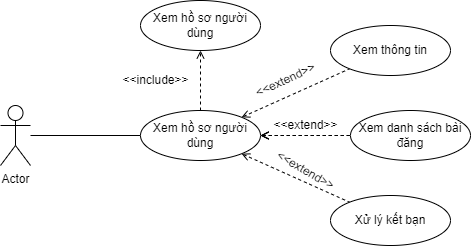
kienndhn/draw-io keeps this draw.io diagram as usecase diagram/diễn đàn-Xem hồ sơ người dùng.drawio.png. Above is the earlier version. Source tidied: cells renumbered, new cells last; positions are measured from the earlier drawing's top-left corner, leaving out a move shared by most shapes. Its diagram source:
```xml
<mxGraphModel>
  <root>
    <mxCell id="0" />
    <mxCell id="1" parent="0" />
    <mxCell id="2" style="edgeStyle=none;rounded=0;jettySize=auto;html=1;entryX=0;entryY=0.5;entryDx=0;entryDy=0;startArrow=none;startFill=0;endArrow=none;endFill=0;" parent="1" edge="1" source="3" target="10">
      <mxGeometry relative="1" as="geometry" />
    </mxCell>
    <mxCell id="3" value="Actor" style="shape=umlActor;verticalLabelPosition=bottom;verticalAlign=top;html=1;outlineConnect=0;" parent="1" vertex="1">
      <mxGeometry y="105" width="30" height="60" as="geometry" />
    </mxCell>
    <mxCell id="4" style="edgeStyle=none;rounded=0;jettySize=auto;html=1;dashed=1;startArrow=open;startFill=0;endArrow=none;endFill=0;" parent="1" edge="1" source="10" target="11">
      <mxGeometry relative="1" as="geometry" />
    </mxCell>
    <mxCell id="5" style="edgeStyle=none;rounded=0;jettySize=auto;html=1;dashed=1;startArrow=open;startFill=0;endArrow=none;endFill=0;" parent="1" edge="1" source="10" target="12">
      <mxGeometry relative="1" as="geometry" />
    </mxCell>
    <mxCell id="6" style="edgeStyle=none;rounded=0;jettySize=auto;html=1;dashed=1;startArrow=open;startFill=0;endArrow=none;endFill=0;" parent="1" edge="1" source="10" target="12">
      <mxGeometry relative="1" as="geometry" />
    </mxCell>
    <mxCell id="7" style="edgeStyle=none;rounded=0;jettySize=auto;html=1;dashed=1;startArrow=open;startFill=0;endArrow=none;endFill=0;" parent="1" edge="1" source="10" target="12">
      <mxGeometry relative="1" as="geometry" />
    </mxCell>
    <mxCell id="8" style="edgeStyle=none;rounded=0;jettySize=auto;html=1;dashed=1;startArrow=open;startFill=0;endArrow=none;endFill=0;" parent="1" edge="1" source="10" target="13">
      <mxGeometry relative="1" as="geometry" />
    </mxCell>
    <mxCell id="9" style="edgeStyle=none;rounded=0;jettySize=auto;html=1;dashed=1;startArrow=none;startFill=0;endArrow=open;endFill=0;" parent="1" edge="1" source="10" target="14">
      <mxGeometry relative="1" as="geometry" />
    </mxCell>
    <mxCell id="10" value="Xem hồ sơ người dùng" style="ellipse;whiteSpace=wrap;html=1;" parent="1" vertex="1">
      <mxGeometry x="140" y="110" width="120" height="50" as="geometry" />
    </mxCell>
    <mxCell id="11" value="Xem thông tin" style="ellipse;whiteSpace=wrap;html=1;" parent="1" vertex="1">
      <mxGeometry x="330" y="25" width="120" height="50" as="geometry" />
    </mxCell>
    <mxCell id="12" value="Xem danh sách bài đăng" style="ellipse;whiteSpace=wrap;html=1;" parent="1" vertex="1">
      <mxGeometry x="350" y="110" width="120" height="50" as="geometry" />
    </mxCell>
    <mxCell id="13" value="Xử lý kết bạn" style="ellipse;whiteSpace=wrap;html=1;" parent="1" vertex="1">
      <mxGeometry x="330" y="195" width="120" height="50" as="geometry" />
    </mxCell>
    <mxCell id="14" value="Xem hồ sơ người dùng" style="ellipse;whiteSpace=wrap;html=1;" parent="1" vertex="1">
      <mxGeometry x="140" width="120" height="50" as="geometry" />
    </mxCell>
    <mxCell id="15" value="&amp;lt;&amp;lt;include&amp;gt;&amp;gt;" style="text;html=1;align=center;verticalAlign=middle;strokeColor=none;fillColor=none;" parent="1" vertex="1">
      <mxGeometry x="110" y="65" width="90" height="30" as="geometry" />
    </mxCell>
    <mxCell id="16" value="&amp;lt;&amp;lt;extend&amp;gt;&amp;gt;" style="text;html=1;align=center;verticalAlign=middle;strokeColor=none;fillColor=none;rotation=-25;" parent="1" vertex="1">
      <mxGeometry x="240" y="65" width="90" height="30" as="geometry" />
    </mxCell>
    <mxCell id="17" value="&amp;lt;&amp;lt;extend&amp;gt;&amp;gt;" style="text;html=1;align=center;verticalAlign=middle;strokeColor=none;fillColor=none;rotation=0;" parent="1" vertex="1">
      <mxGeometry x="260" y="110" width="90" height="30" as="geometry" />
    </mxCell>
    <mxCell id="18" value="&amp;lt;&amp;lt;extend&amp;gt;&amp;gt;" style="text;html=1;align=center;verticalAlign=middle;strokeColor=none;fillColor=none;rotation=30;" parent="1" vertex="1">
      <mxGeometry x="260" y="155" width="90" height="30" as="geometry" />
    </mxCell>
  </root>
</mxGraphModel>
```
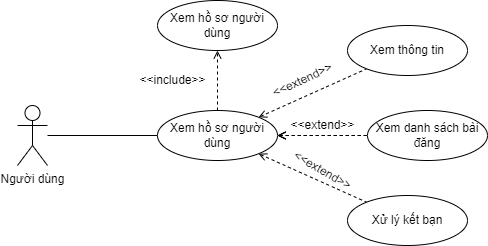
After the change.

Change to the diagram source:
```diff
@@ -5,7 +5,7 @@
     <mxCell id="2" style="edgeStyle=none;rounded=0;jettySize=auto;html=1;entryX=0;entryY=0.5;entryDx=0;entryDy=0;startArrow=none;startFill=0;endArrow=none;endFill=0;" parent="1" edge="1" source="3" target="10">
       <mxGeometry relative="1" as="geometry" />
     </mxCell>
-    <mxCell id="3" value="Actor" style="shape=umlActor;verticalLabelPosition=bottom;verticalAlign=top;html=1;outlineConnect=0;" parent="1" vertex="1">
+    <mxCell id="3" value="Người dùng" style="shape=umlActor;verticalLabelPosition=bottom;verticalAlign=top;html=1;outlineConnect=0;" parent="1" vertex="1">
       <mxGeometry y="105" width="30" height="60" as="geometry" />
     </mxCell>
     <mxCell id="4" style="edgeStyle=none;rounded=0;jettySize=auto;html=1;dashed=1;startArrow=open;startFill=0;endArrow=none;endFill=0;" parent="1" edge="1" source="10" target="11">
```
